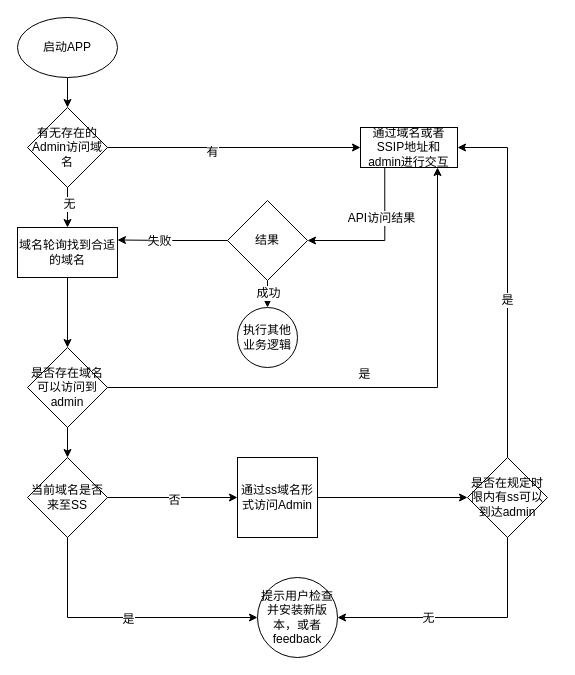
This is ufo/ufo-start-domains.drawio from wanxiaohun/pub_docs, a draw.io file, before an edit. Source tidied: cells renumbered, new cells numbered last; positions are measured from the earlier drawing's top-left corner, leaving out a move shared by most shapes. Both pictures are drawn from the tidied source at 100%, with x=0, y=0 at pixel (17, 17).
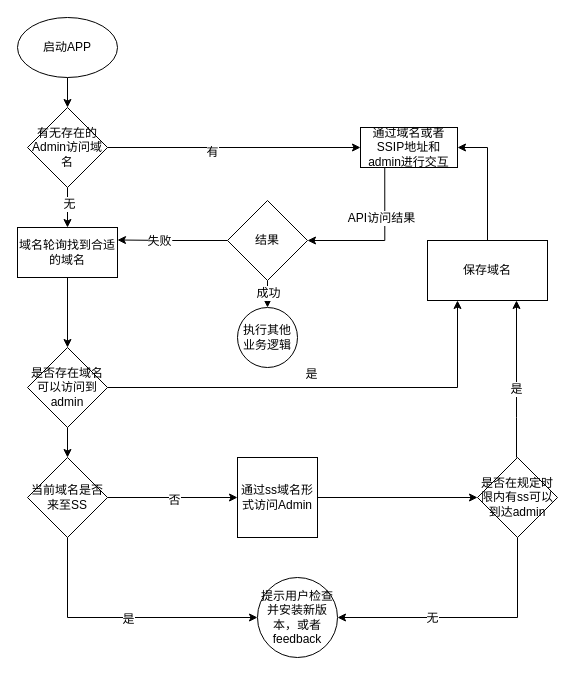
The same diagram, later.

Unchanged cells that the change refers to:
```xml
<mxCell id="11" value="通过域名或者SSIP地址和admin进行交互" style="rounded=0;whiteSpace=wrap;html=1;" parent="1" vertex="1">
  <mxGeometry x="343" y="110" width="97" height="40" as="geometry" />
</mxCell>
<mxCell id="17" value="是否存在域名可以访问到admin" style="rhombus;whiteSpace=wrap;html=1;" parent="1" vertex="1">
  <mxGeometry x="10" y="330" width="80" height="80" as="geometry" />
</mxCell>
<mxCell id="23" value="提示用户检查并安装新版本，或者feedback" style="ellipse;whiteSpace=wrap;html=1;" parent="1" vertex="1">
  <mxGeometry x="240" y="560" width="80" height="80" as="geometry" />
</mxCell>
```

Change to the diagram source:
```diff
@@
-    <mxCell id="14" style="edgeStyle=orthogonalEdgeStyle;rounded=0;jettySize=auto;html=1;exitX=1;exitY=0.5;exitDx=0;exitDy=0;" parent="1" edge="1" source="17">
+    <mxCell id="14" style="edgeStyle=orthogonalEdgeStyle;rounded=0;jettySize=auto;html=1;exitX=1;exitY=0.5;exitDx=0;exitDy=0;entryX=0.25;entryY=1;entryDx=0;entryDy=0;" parent="1" edge="1" source="17" target="38">
       <mxGeometry relative="1" as="geometry">
-        <mxPoint x="420" y="150" as="targetPoint" />
         <Array as="points">
-          <mxPoint x="420" y="370" />
+          <mxPoint x="440" y="370" />
         </Array>
       </mxGeometry>
     </mxCell>
@@
     <mxCell id="26" style="edgeStyle=orthogonalEdgeStyle;rounded=0;jettySize=auto;html=1;entryX=1;entryY=0.5;entryDx=0;entryDy=0;exitX=0.5;exitY=1;exitDx=0;exitDy=0;" parent="1" edge="1" source="30" target="23">
       <mxGeometry relative="1" as="geometry">
         <Array as="points">
-          <mxPoint x="490" y="600" />
+          <mxPoint x="500" y="600" />
         </Array>
       </mxGeometry>
     </mxCell>
@@
-    <mxCell id="28" style="edgeStyle=orthogonalEdgeStyle;rounded=0;jettySize=auto;html=1;entryX=1;entryY=0.5;entryDx=0;entryDy=0;" parent="1" edge="1" source="30" target="11">
+    <mxCell id="28" style="edgeStyle=orthogonalEdgeStyle;rounded=0;orthogonalLoop=1;jettySize=auto;html=1;entryX=0.75;entryY=1;entryDx=0;entryDy=0;exitX=0.5;exitY=0;exitDx=0;exitDy=0;" parent="1" edge="1">
       <mxGeometry relative="1" as="geometry">
+        <mxPoint x="499" y="440" as="sourcePoint" />
+        <mxPoint x="499" y="283" as="targetPoint" />
         <Array as="points">
-          <mxPoint x="490" y="130" />
+          <mxPoint x="499" y="400" />
+          <mxPoint x="499" y="400" />
         </Array>
       </mxGeometry>
     </mxCell>
@@
     <mxCell id="30" value="是否在规定时限内有ss可以到达admin" style="rhombus;whiteSpace=wrap;html=1;" parent="1" vertex="1">
-      <mxGeometry x="450" y="440" width="80" height="80" as="geometry" />
+      <mxGeometry x="460" y="440" width="80" height="80" as="geometry" />
     </mxCell>
@@
+    <mxCell id="37" style="edgeStyle=orthogonalEdgeStyle;rounded=0;jettySize=auto;html=1;exitX=0.5;exitY=0;exitDx=0;exitDy=0;entryX=1;entryY=0.5;entryDx=0;entryDy=0;" parent="1" edge="1" source="38" target="11">
+      <mxGeometry relative="1" as="geometry" />
+    </mxCell>
+    <mxCell id="38" value="保存域名" style="rounded=0;whiteSpace=wrap;html=1;" parent="1" vertex="1">
+      <mxGeometry x="410" y="223" width="120" height="60" as="geometry" />
+    </mxCell>
```
